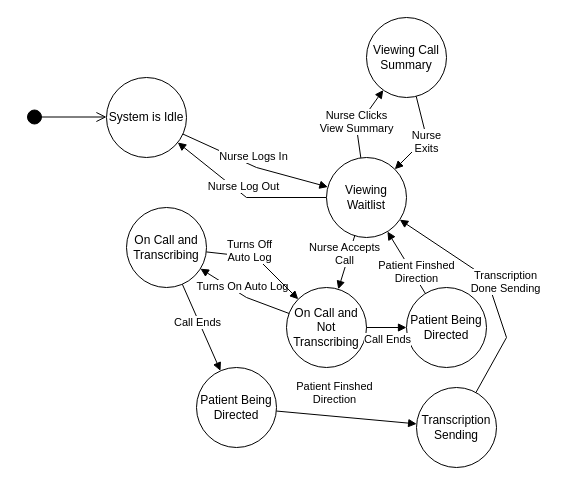
The draw.io diagram OliverWork/Milestone2/HotlineNurseStateDiagram.drawio in SENG-350-2024-fall/Team9, before the edit. Source tidied: cells renumbered, new cells numbered last; positions are measured from the earlier drawing's top-left corner, leaving out a move shared by most shapes. Both pictures are drawn from the tidied source at 100%, with x=0, y=0 at pixel (26, 17).
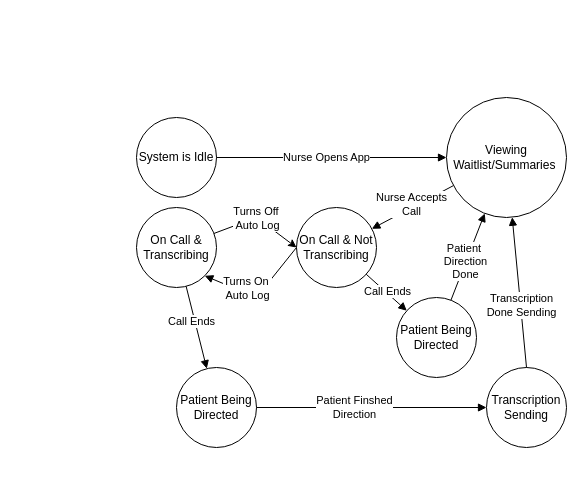
Above is the later version.

Diff of the diagram source:
```diff
@@
     <mxCell id="2" value="System is Idle" style="ellipse;whiteSpace=wrap;html=1;" parent="1" vertex="1">
-      <mxGeometry x="80" y="60" width="80" height="80" as="geometry" />
+      <mxGeometry x="110" y="100" width="80" height="80" as="geometry" />
     </mxCell>
-    <mxCell id="3" value="Nurse Logs In" style="html=1;verticalAlign=bottom;endArrow=block;curved=0;rounded=0;" parent="1" edge="1" source="2" target="5">
-      <mxGeometry relative="1" as="geometry">
-        <Array as="points">
-          <mxPoint x="230" y="150" />
-        </Array>
-      </mxGeometry>
+    <mxCell id="3" style="html=1;verticalAlign=bottom;endArrow=block;rounded=0;" parent="1" edge="1" source="2" target="5">
+      <mxGeometry relative="1" as="geometry" />
     </mxCell>
-    <mxCell id="4" value="Nurse Log Out" style="html=1;verticalAlign=bottom;endArrow=block;curved=0;rounded=0;" parent="1" edge="1" source="5" target="2">
-      <mxGeometry relative="1" as="geometry">
-        <Array as="points">
-          <mxPoint x="220" y="180" />
-        </Array>
-      </mxGeometry>
-    </mxCell>
+    <mxCell id="23" value="Nurse Opens App" style="edgeLabel;html=1;align=center;verticalAlign=middle;" parent="3" vertex="1">
+      <mxGeometry x="-0.05" relative="1" as="geometry">
+        <mxPoint y="-1" as="offset" />
+      </mxGeometry>
+    </mxCell>
-    <mxCell id="5" value="Viewing Waitlist" style="ellipse;whiteSpace=wrap;html=1;" parent="1" vertex="1">
-      <mxGeometry x="300" y="140" width="80" height="80" as="geometry" />
+    <mxCell id="5" value="Viewing Waitlist/Summaries&amp;nbsp;" style="ellipse;whiteSpace=wrap;html=1;" parent="1" vertex="1">
+      <mxGeometry x="420" y="80" width="120" height="120" as="geometry" />
     </mxCell>
-    <mxCell id="6" value="On Call and Not Transcribing" style="ellipse;whiteSpace=wrap;html=1;" parent="1" vertex="1">
-      <mxGeometry x="260" y="270" width="80" height="80" as="geometry" />
+    <mxCell id="6" value="On Call &amp;amp; Not Transcribing" style="ellipse;whiteSpace=wrap;html=1;" parent="1" vertex="1">
+      <mxGeometry x="270" y="190" width="80" height="80" as="geometry" />
     </mxCell>
-    <mxCell id="7" value="Nurse Accepts&lt;div&gt;Call&lt;/div&gt;" style="html=1;verticalAlign=bottom;endArrow=block;curved=0;rounded=0;" parent="1" edge="1" source="5" target="6">
+    <mxCell id="7" style="html=1;verticalAlign=bottom;endArrow=block;curved=0;rounded=0;" parent="1" edge="1" source="5" target="6">
       <mxGeometry x="0.25" relative="1" as="geometry" />
     </mxCell>
+    <mxCell id="24" value="Nurse Accepts&lt;div&gt;Call&lt;/div&gt;" style="edgeLabel;html=1;align=center;verticalAlign=middle;" parent="7" vertex="1">
+      <mxGeometry x="0.02" y="2" relative="1" as="geometry">
+        <mxPoint x="-2" y="-5" as="offset" />
+      </mxGeometry>
+    </mxCell>
+    <mxCell id="25" style="rounded=0;jettySize=auto;html=1;entryX=0;entryY=0.5;entryDx=0;entryDy=0;" parent="1" edge="1" source="8" target="6">
+      <mxGeometry relative="1" as="geometry">
+        <Array as="points">
+          <mxPoint x="230" y="200" />
+        </Array>
+      </mxGeometry>
+    </mxCell>
-    <mxCell id="8" value="On Call and Transcribing" style="ellipse;whiteSpace=wrap;html=1;" parent="1" vertex="1">
-      <mxGeometry x="100" y="190" width="80" height="80" as="geometry" />
+    <mxCell id="8" value="On Call &amp;amp; Transcribing" style="ellipse;whiteSpace=wrap;html=1;" parent="1" vertex="1">
+      <mxGeometry x="110" y="190" width="80" height="80" as="geometry" />
     </mxCell>
-    <mxCell id="9" value="Viewing Call Summary" style="ellipse;whiteSpace=wrap;html=1;" parent="1" vertex="1">
-      <mxGeometry x="340" width="80" height="80" as="geometry" />
-    </mxCell>
-    <mxCell id="10" value="Nurse Clicks&lt;div&gt;View Summary&lt;/div&gt;" style="html=1;verticalAlign=bottom;endArrow=block;curved=0;rounded=0;" parent="1" edge="1" source="5" target="9">
-      <mxGeometry x="-0.46" y="1" relative="1" as="geometry">
-        <Array as="points">
-          <mxPoint x="330" y="110" />
-        </Array>
-      </mxGeometry>
-    </mxCell>
-    <mxCell id="11" value="Nurse&lt;div&gt;Exits&lt;/div&gt;" style="html=1;verticalAlign=bottom;endArrow=block;curved=0;rounded=0;" parent="1" edge="1" source="9" target="5">
-      <mxGeometry x="0.3" y="14" relative="1" as="geometry">
-        <Array as="points">
-          <mxPoint x="400" y="120" />
-        </Array>
-      </mxGeometry>
-    </mxCell>
-    <mxCell id="12" value="Turns On Auto Log" style="html=1;verticalAlign=bottom;endArrow=block;curved=0;rounded=0;" parent="1" edge="1" source="6" target="8">
+    <mxCell id="12" style="html=1;verticalAlign=bottom;endArrow=block;rounded=0;exitX=0;exitY=0.5;exitDx=0;exitDy=0;entryX=1;entryY=1;entryDx=0;entryDy=0;elbow=vertical;" parent="1" edge="1" source="6" target="8">
       <mxGeometry relative="1" as="geometry">
         <Array as="points">
-          <mxPoint x="220" y="280" />
+          <mxPoint x="230" y="280" />
         </Array>
       </mxGeometry>
     </mxCell>
-    <mxCell id="13" value="Turns Off&lt;div&gt;Auto Log&lt;/div&gt;" style="html=1;verticalAlign=bottom;endArrow=block;curved=0;rounded=0;" parent="1" edge="1" source="8" target="6">
-      <mxGeometry x="-0.04" y="-10" relative="1" as="geometry">
-        <Array as="points">
-          <mxPoint x="230" y="240" />
-        </Array>
-        <mxPoint x="-2" as="offset" />
-      </mxGeometry>
-    </mxCell>
+    <mxCell id="26" value="Turns On&amp;nbsp;&lt;div&gt;Auto Log&lt;/div&gt;" style="edgeLabel;html=1;align=center;verticalAlign=middle;" parent="12" vertex="1">
+      <mxGeometry x="0.17" y="-1" relative="1" as="geometry">
+        <mxPoint x="-4" y="-6" as="offset" />
+      </mxGeometry>
+    </mxCell>
     <mxCell id="14" value="Transcription Sending" style="ellipse;whiteSpace=wrap;html=1;" parent="1" vertex="1">
-      <mxGeometry x="390" y="370" width="80" height="80" as="geometry" />
+      <mxGeometry x="460" y="350" width="80" height="80" as="geometry" />
     </mxCell>
@@
-    <mxCell id="16" value="Transcription&lt;div&gt;Done Sending&lt;/div&gt;" style="html=1;verticalAlign=bottom;endArrow=block;curved=0;rounded=0;" parent="1" edge="1" source="14" target="5">
-      <mxGeometry x="-0.12" y="-12" relative="1" as="geometry">
-        <Array as="points">
-          <mxPoint x="480" y="320" />
-          <mxPoint x="460" y="260" />
-        </Array>
-      </mxGeometry>
+    <mxCell id="16" style="html=1;verticalAlign=bottom;endArrow=block;rounded=0;exitX=0.5;exitY=0;exitDx=0;exitDy=0;" parent="1" edge="1" source="14" target="5">
+      <mxGeometry x="-0.12" y="-12" relative="1" as="geometry" />
     </mxCell>
+    <mxCell id="27" value="Transcription&lt;div&gt;Done Sending&lt;/div&gt;" style="edgeLabel;html=1;align=center;verticalAlign=middle;" parent="16" vertex="1">
+      <mxGeometry x="-0.16" relative="1" as="geometry" />
+    </mxCell>
     <mxCell id="17" value="Patient Being Directed" style="ellipse;whiteSpace=wrap;html=1;" parent="1" vertex="1">
-      <mxGeometry x="380" y="270" width="80" height="80" as="geometry" />
+      <mxGeometry x="370" y="280" width="80" height="80" as="geometry" />
     </mxCell>
-    <mxCell id="18" value="Call Ends" style="html=1;verticalAlign=bottom;endArrow=block;curved=0;rounded=0;" parent="1" edge="1" source="6" target="17">
+    <mxCell id="18" style="html=1;verticalAlign=bottom;endArrow=block;curved=0;rounded=0;" parent="1" edge="1" source="6" target="17">
       <mxGeometry x="0.04" y="-21" relative="1" as="geometry" />
     </mxCell>
+    <mxCell id="28" value="Call Ends" style="edgeLabel;html=1;align=center;verticalAlign=middle;" parent="18" vertex="1">
+      <mxGeometry x="-0.32" y="4" relative="1" as="geometry">
+        <mxPoint x="4" y="7" as="offset" />
+      </mxGeometry>
+    </mxCell>
-    <mxCell id="19" value="Patient Finshed&lt;div&gt;Direction&lt;/div&gt;" style="html=1;verticalAlign=bottom;endArrow=block;curved=0;rounded=0;" parent="1" edge="1" source="17" target="5">
+    <mxCell id="19" style="html=1;verticalAlign=bottom;endArrow=block;curved=0;rounded=0;" parent="1" edge="1" source="17" target="5">
       <mxGeometry x="-0.73" y="4" relative="1" as="geometry" />
     </mxCell>
+    <mxCell id="29" value="Patient&amp;nbsp;&lt;div&gt;Direction&lt;div&gt;Done&lt;/div&gt;&lt;/div&gt;" style="edgeLabel;html=1;align=center;verticalAlign=middle;" parent="19" vertex="1">
+      <mxGeometry x="-0.09" y="1" relative="1" as="geometry" />
+    </mxCell>
     <mxCell id="20" value="Patient Being Directed" style="ellipse;whiteSpace=wrap;html=1;" parent="1" vertex="1">
-      <mxGeometry x="170" y="350" width="80" height="80" as="geometry" />
+      <mxGeometry x="150" y="350" width="80" height="80" as="geometry" />
     </mxCell>
-    <mxCell id="21" value="Patient Finshed&lt;div&gt;Direction&lt;/div&gt;" style="html=1;verticalAlign=bottom;endArrow=block;curved=0;rounded=0;" parent="1" edge="1" source="20" target="14">
+    <mxCell id="21" style="html=1;verticalAlign=bottom;endArrow=block;curved=0;rounded=0;" parent="1" edge="1" source="20" target="14">
       <mxGeometry x="-0.17" y="8" relative="1" as="geometry" />
     </mxCell>
-    <mxCell id="22" style="html=1;verticalAlign=bottom;startArrow=circle;startFill=1;endArrow=open;startSize=6;endSize=8;curved=0;rounded=0;" parent="1" edge="1">
-      <mxGeometry relative="1" as="geometry">
-        <mxPoint y="99.5" as="sourcePoint" />
-        <mxPoint x="80" y="99.5" as="targetPoint" />
-      </mxGeometry>
-    </mxCell>
+    <mxCell id="30" value="Patient Finshed&lt;div&gt;Direction&lt;/div&gt;" style="edgeLabel;html=1;align=center;verticalAlign=middle;" parent="21" vertex="1">
+      <mxGeometry x="-0.16" y="1" relative="1" as="geometry" />
+    </mxCell>
+    <mxCell id="13" value="Turns Off&amp;nbsp;&lt;div&gt;Auto Log&lt;/div&gt;" style="edgeLabel;html=1;align=center;verticalAlign=middle;" parent="1" vertex="1">
+      <mxGeometry x="230" y="200" as="geometry" />
+    </mxCell>
```
